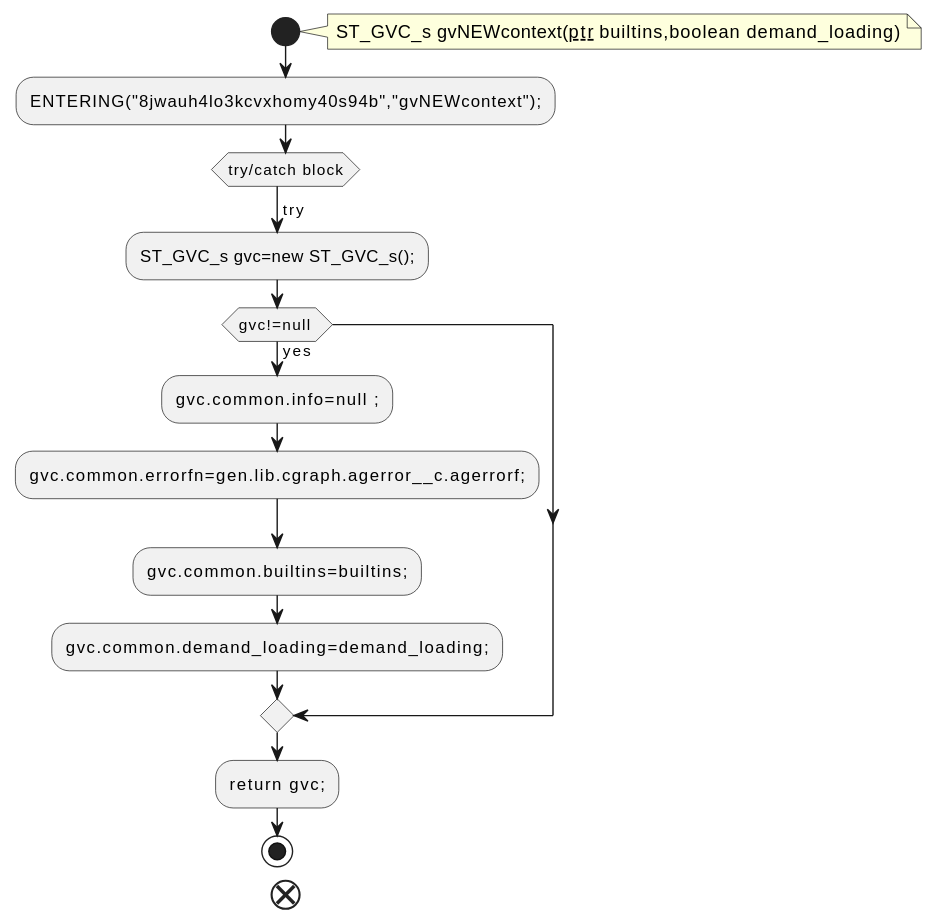
Before: docs/qc/src/gen/lib/gvc/gvcontext__c.java.fct.svg, a diagram exported from PlantUML (qualitesys/plantuml).
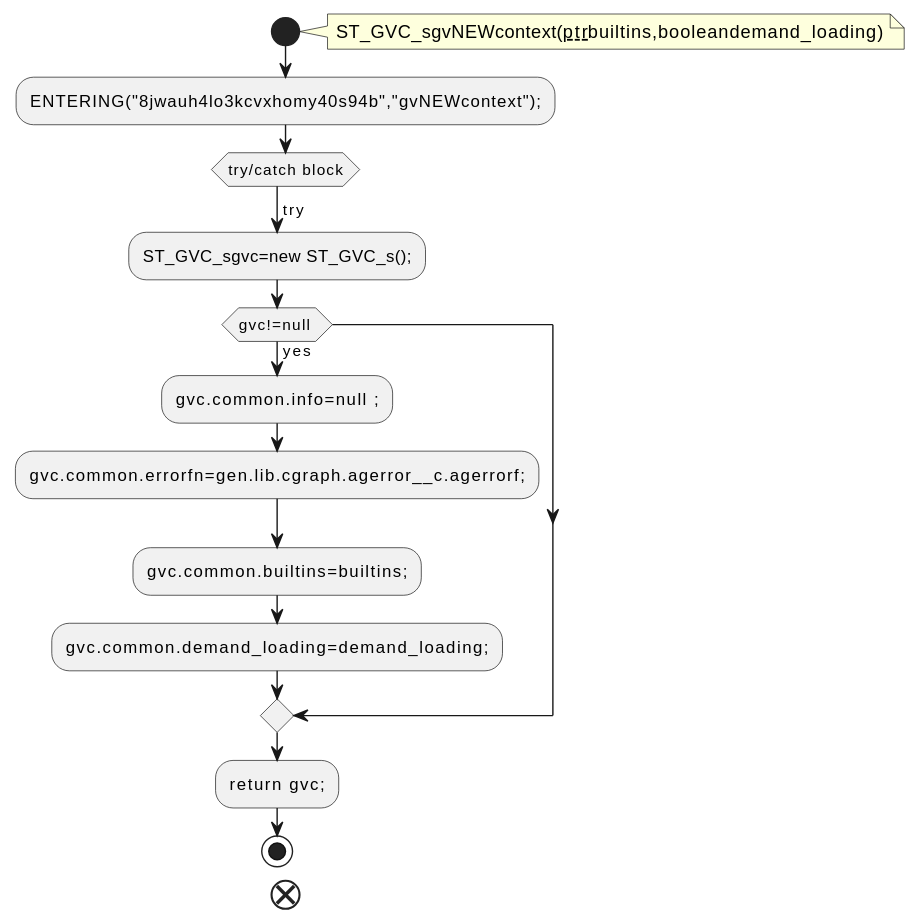
Later version of the same file.

The edit, as a diff of the source:
```diff
@@ -2,12 +2,12 @@
 !pragma layout smetana
 start
 note right
-ST_GVC_s gvNEWcontext(__ptr__ builtins,boolean demand_loading)
+ST_GVC_sgvNEWcontext(__ptr__builtins,booleandemand_loading)
 end note
 :ENTERING("8jwauh4lo3kcvxhomy40s94b","gvNEWcontext");;
 switch (try/catch block)
 case (try)
-:ST_GVC_s gvc=new ST_GVC_s();;
+:ST_GVC_sgvc=new ST_GVC_s();;
 if (gvc!=null ) then (yes)
 :gvc.common.info=null ;;
 :gvc.common.errorfn=gen.lib.cgraph.agerror__c.agerrorf;;
```
